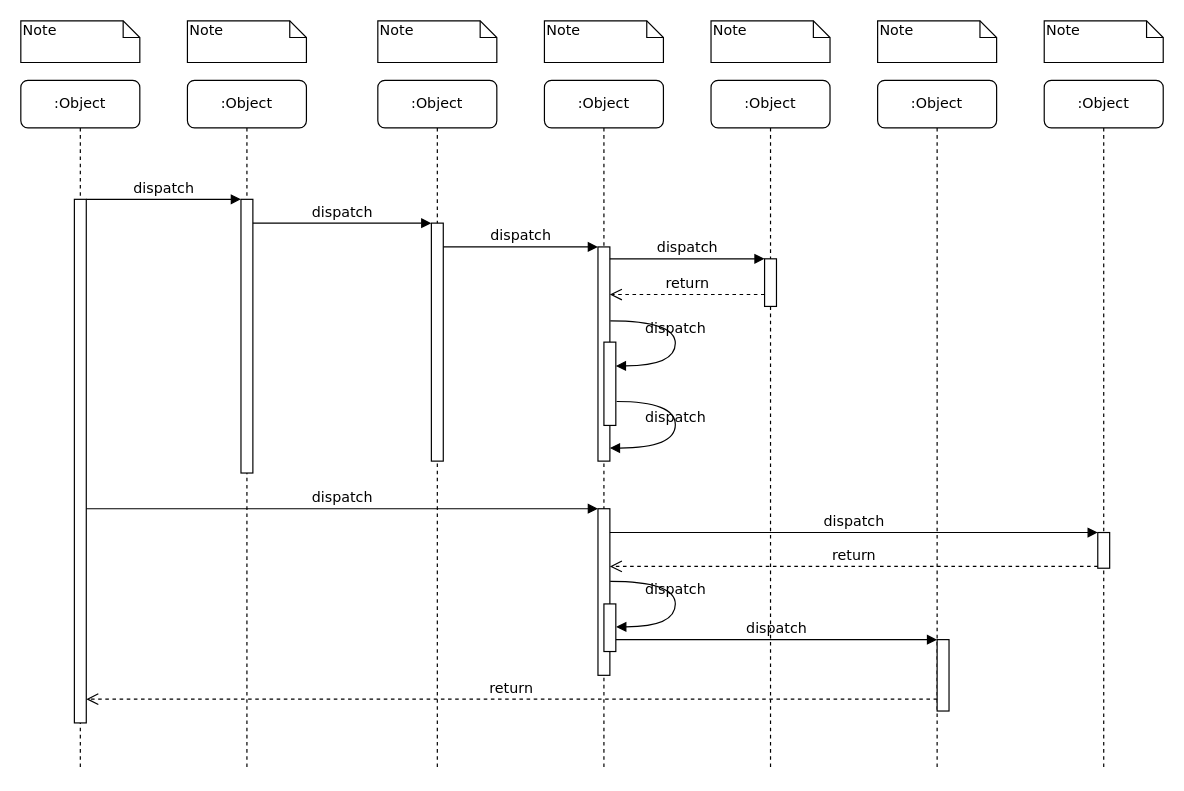
This is mckit.drawio from a479304861/diagrams, a draw.io file, before an edit. Source tidied: cells renumbered, new cells numbered last; positions are measured from the earlier drawing's top-left corner, leaving out a move shared by most shapes. Both pictures are drawn from the tidied source at 119%, with x=0, y=0 at pixel (20, 20).
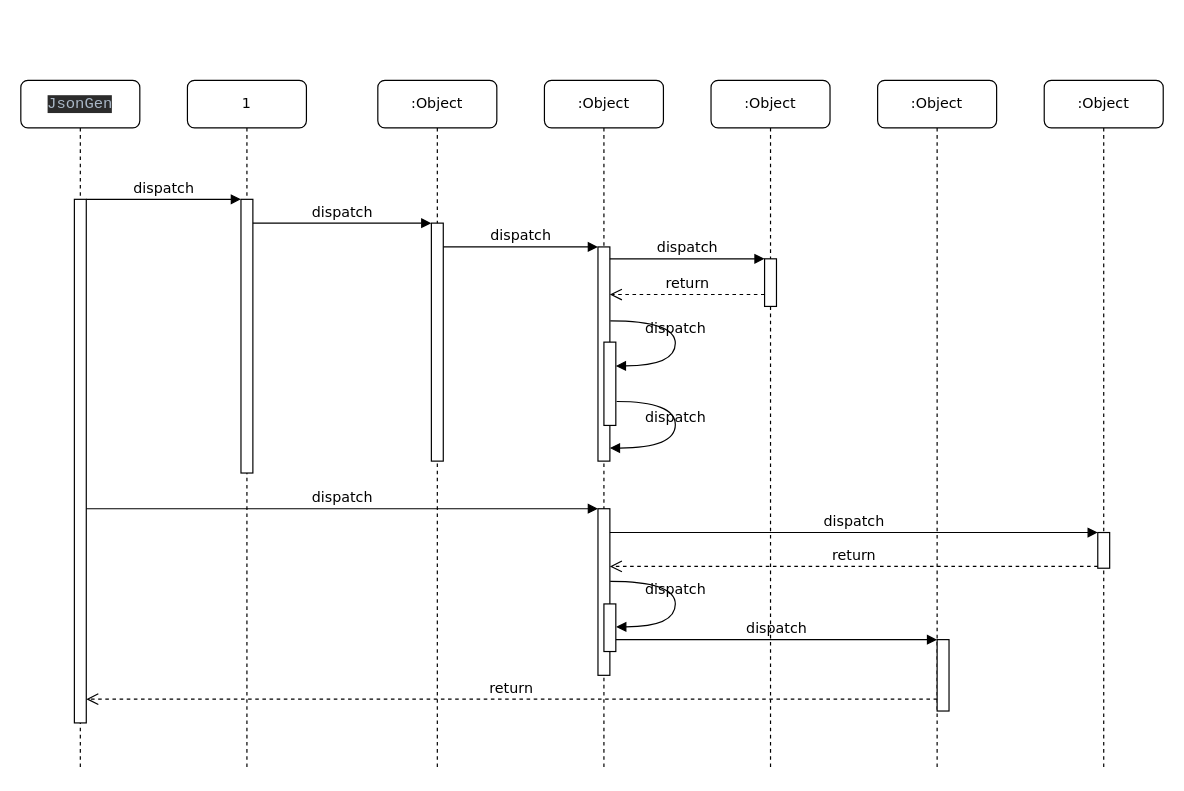
Above is the later version.

The edit, as a diff of the source:
```diff
@@
-    <mxCell id="2" value=":Object" style="shape=umlLifeline;perimeter=lifelinePerimeter;whiteSpace=wrap;html=1;rounded=1;shadow=0;comic=0;labelBackgroundColor=none;strokeWidth=1;fontFamily=Verdana;fontSize=12;align=center;" parent="1" vertex="1">
+    <mxCell id="2" value="1" style="shape=umlLifeline;perimeter=lifelinePerimeter;whiteSpace=wrap;html=1;rounded=1;shadow=0;comic=0;labelBackgroundColor=none;strokeWidth=1;fontFamily=Verdana;fontSize=12;align=center;" parent="1" vertex="1">
       <mxGeometry x="140" y="50" width="100" height="580" as="geometry" />
     </mxCell>
@@
-    <mxCell id="10" value=":Object" style="shape=umlLifeline;perimeter=lifelinePerimeter;whiteSpace=wrap;html=1;rounded=1;shadow=0;comic=0;labelBackgroundColor=none;strokeWidth=1;fontFamily=Verdana;fontSize=12;align=center;" parent="1" vertex="1">
+    <mxCell id="10" value="&lt;pre style=&quot;background-color: #2b2b2b ; color: #a9b7c6 ; font-family: &amp;#34;consolas&amp;#34; , monospace ; font-size: 9.8pt&quot;&gt;JsonGen&lt;/pre&gt;" style="shape=umlLifeline;perimeter=lifelinePerimeter;whiteSpace=wrap;html=1;rounded=1;shadow=0;comic=0;labelBackgroundColor=none;strokeWidth=1;fontFamily=Verdana;fontSize=12;align=center;" parent="1" vertex="1">
       <mxGeometry y="50" width="100" height="580" as="geometry" />
     </mxCell>
@@
-    <mxCell id="32" value="Note" style="shape=note;whiteSpace=wrap;html=1;size=14;verticalAlign=top;align=left;spacingTop=-6;rounded=0;shadow=0;comic=0;labelBackgroundColor=none;strokeWidth=1;fontFamily=Verdana;fontSize=12;" parent="1" vertex="1">
-      <mxGeometry width="100" height="35" as="geometry" />
-    </mxCell>
-    <mxCell id="33" value="Note" style="shape=note;whiteSpace=wrap;html=1;size=14;verticalAlign=top;align=left;spacingTop=-6;rounded=0;shadow=0;comic=0;labelBackgroundColor=none;strokeWidth=1;fontFamily=Verdana;fontSize=12;" parent="1" vertex="1">
-      <mxGeometry x="140" width="100" height="35" as="geometry" />
-    </mxCell>
-    <mxCell id="34" value="Note" style="shape=note;whiteSpace=wrap;html=1;size=14;verticalAlign=top;align=left;spacingTop=-6;rounded=0;shadow=0;comic=0;labelBackgroundColor=none;strokeWidth=1;fontFamily=Verdana;fontSize=12;" parent="1" vertex="1">
-      <mxGeometry x="300" width="100" height="35" as="geometry" />
-    </mxCell>
-    <mxCell id="35" value="Note" style="shape=note;whiteSpace=wrap;html=1;size=14;verticalAlign=top;align=left;spacingTop=-6;rounded=0;shadow=0;comic=0;labelBackgroundColor=none;strokeWidth=1;fontFamily=Verdana;fontSize=12;" parent="1" vertex="1">
-      <mxGeometry x="440" width="100" height="35" as="geometry" />
-    </mxCell>
-    <mxCell id="36" value="Note" style="shape=note;whiteSpace=wrap;html=1;size=14;verticalAlign=top;align=left;spacingTop=-6;rounded=0;shadow=0;comic=0;labelBackgroundColor=none;strokeWidth=1;fontFamily=Verdana;fontSize=12;" parent="1" vertex="1">
-      <mxGeometry x="580" width="100" height="35" as="geometry" />
-    </mxCell>
-    <mxCell id="37" value="Note" style="shape=note;whiteSpace=wrap;html=1;size=14;verticalAlign=top;align=left;spacingTop=-6;rounded=0;shadow=0;comic=0;labelBackgroundColor=none;strokeWidth=1;fontFamily=Verdana;fontSize=12;" parent="1" vertex="1">
-      <mxGeometry x="720" width="100" height="35" as="geometry" />
-    </mxCell>
-    <mxCell id="38" value="Note" style="shape=note;whiteSpace=wrap;html=1;size=14;verticalAlign=top;align=left;spacingTop=-6;rounded=0;shadow=0;comic=0;labelBackgroundColor=none;strokeWidth=1;fontFamily=Verdana;fontSize=12;" parent="1" vertex="1">
-      <mxGeometry x="860" width="100" height="35" as="geometry" />
-    </mxCell>
```
